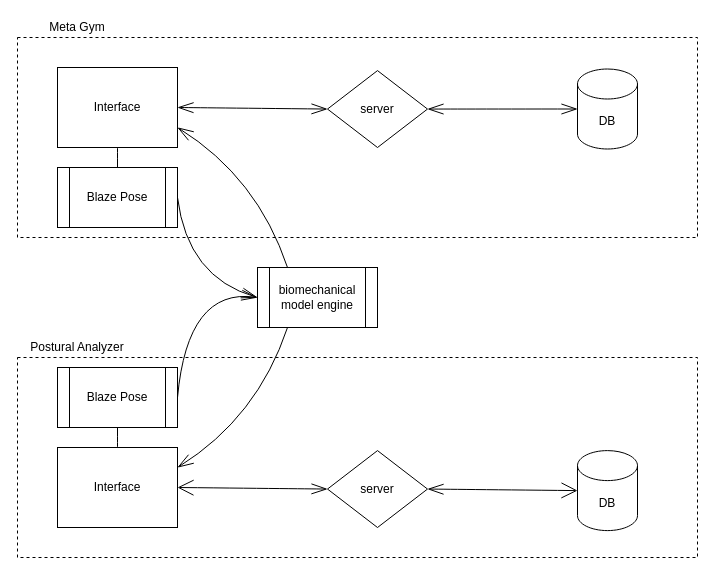
The draw.io diagram flow-diagrams/compatible module.drawio in vjbhang/workspace, before the edit. Source tidied: cells renumbered, new cells numbered last; positions are measured from the earlier drawing's top-left corner, leaving out a move shared by most shapes. Both pictures are drawn from the tidied source at 100%, with x=0, y=0 at pixel (17, 17).
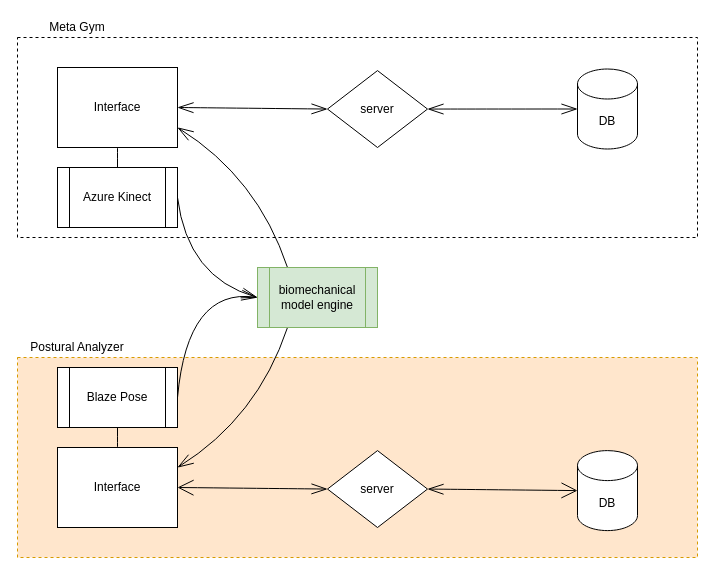
Above is the later version.

Diff of the diagram source:
```diff
@@
-    <mxCell id="3" style="rounded=0;whiteSpace=wrap;html=1;hachureGap=4;dashed=1;" parent="1" vertex="1">
+    <mxCell id="3" style="rounded=0;whiteSpace=wrap;html=1;hachureGap=4;dashed=1;fillColor=#ffe6cc;strokeColor=#d79b00;" parent="1" vertex="1">
       <mxGeometry y="340" width="680" height="200" as="geometry" />
     </mxCell>
@@
-    <mxCell id="13" value="biomechanical model engine" style="shape=process;whiteSpace=wrap;html=1;backgroundOutline=1;hachureGap=4;" parent="1" vertex="1">
+    <mxCell id="13" value="biomechanical model engine" style="shape=process;whiteSpace=wrap;html=1;backgroundOutline=1;hachureGap=4;fillColor=#d5e8d4;strokeColor=#82b366;" parent="1" vertex="1">
       <mxGeometry x="240" y="250" width="120" height="60" as="geometry" />
     </mxCell>
@@
-    <mxCell id="18" value="Blaze Pose" style="shape=process;whiteSpace=wrap;html=1;backgroundOutline=1;hachureGap=4;" parent="1" vertex="1">
+    <mxCell id="18" value="Azure Kinect" style="shape=process;whiteSpace=wrap;html=1;backgroundOutline=1;hachureGap=4;" parent="1" vertex="1">
       <mxGeometry x="40" y="150" width="120" height="60" as="geometry" />
     </mxCell>
```
